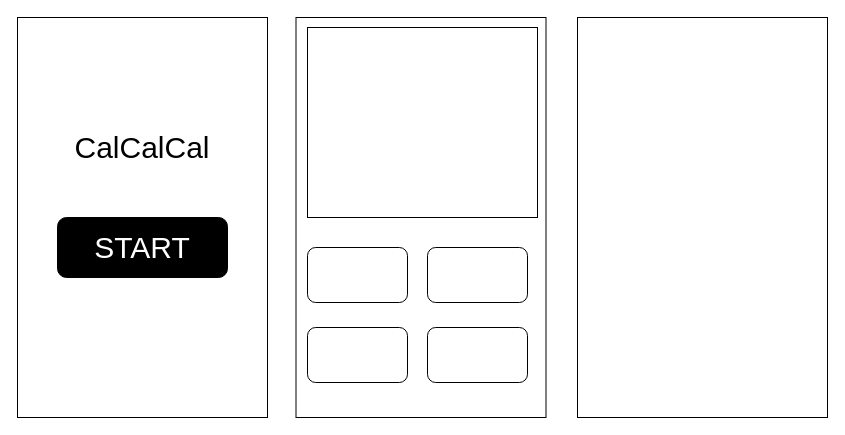
The draw.io diagram cal.drawio in kshomazirou/calcalcal, before the edit. Source tidied: cells renumbered, new cells numbered last; positions are measured from the earlier drawing's top-left corner, leaving out a move shared by most shapes. Both pictures are drawn from the tidied source at 100%, with x=0, y=0 at pixel (17, 17).
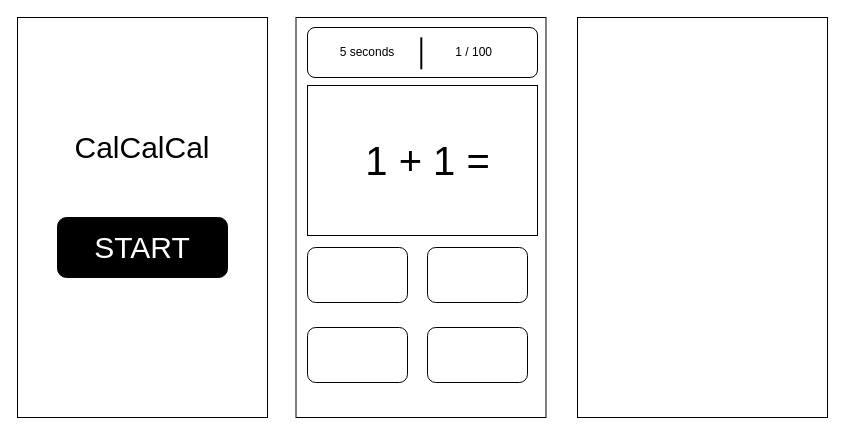
The same page after the edit.

Commit message (it also covers changes not shown here):
cal.drawio を更新します

Change to the diagram source:
```diff
@@
 <mxGraphModel>
   <root>
     <mxCell id="0" />
     <mxCell id="1" parent="0" />
     <mxCell id="2" style="rounded=0;whiteSpace=wrap;html=1;" parent="1" vertex="1">
       <mxGeometry width="250" height="400" as="geometry" />
     </mxCell>
     <mxCell id="3" style="rounded=0;whiteSpace=wrap;html=1;" parent="1" vertex="1">
       <mxGeometry x="278.5" width="250" height="400" as="geometry" />
     </mxCell>
     <mxCell id="4" style="rounded=0;whiteSpace=wrap;html=1;" parent="1" vertex="1">
       <mxGeometry x="560" width="250" height="400" as="geometry" />
     </mxCell>
     <mxCell id="5" value="&lt;span style=&quot;font-size: 30px;&quot;&gt;CalCalCal&lt;/span&gt;" style="text;html=1;strokeColor=none;fillColor=none;align=center;verticalAlign=middle;whiteSpace=wrap;rounded=0;" parent="1" vertex="1">
       <mxGeometry x="45" y="110" width="160" height="40" as="geometry" />
     </mxCell>
     <mxCell id="6" style="rounded=1;whiteSpace=wrap;html=1;fillColor=#000000;" parent="1" vertex="1">
       <mxGeometry x="40" y="200" width="170" height="60" as="geometry" />
     </mxCell>
     <mxCell id="7" value="&lt;font color=&quot;#ffffff&quot; style=&quot;font-size: 30px;&quot;&gt;START&lt;/font&gt;" style="text;html=1;strokeColor=none;fillColor=none;align=center;verticalAlign=middle;whiteSpace=wrap;rounded=0;" parent="1" vertex="1">
       <mxGeometry x="40" y="215" width="170" height="30" as="geometry" />
     </mxCell>
     <mxCell id="8" style="rounded=1;whiteSpace=wrap;html=1;" parent="1" vertex="1">
       <mxGeometry x="290" y="230" width="100" height="55" as="geometry" />
     </mxCell>
     <mxCell id="9" style="rounded=1;whiteSpace=wrap;html=1;" parent="1" vertex="1">
       <mxGeometry x="410" y="230" width="100" height="55" as="geometry" />
     </mxCell>
     <mxCell id="10" style="rounded=1;whiteSpace=wrap;html=1;" parent="1" vertex="1">
       <mxGeometry x="290" y="310" width="100" height="55" as="geometry" />
     </mxCell>
     <mxCell id="11" style="rounded=1;whiteSpace=wrap;html=1;" parent="1" vertex="1">
       <mxGeometry x="410" y="310" width="100" height="55" as="geometry" />
     </mxCell>
-    <mxCell id="12" style="rounded=0;whiteSpace=wrap;html=1;" parent="1" vertex="1">
-      <mxGeometry x="290" y="10" width="230" height="190" as="geometry" />
+    <mxCell id="12" value="&lt;font style=&quot;font-size: 40px;&quot;&gt;&amp;nbsp;1 + 1 =&lt;/font&gt;" style="rounded=0;whiteSpace=wrap;html=1;" parent="1" vertex="1">
+      <mxGeometry x="290" y="68" width="230" height="150" as="geometry" />
     </mxCell>
+    <mxCell id="13" style="rounded=1;whiteSpace=wrap;html=1;" parent="1" vertex="1">
+      <mxGeometry x="290" y="10" width="230" height="50" as="geometry" />
+    </mxCell>
+    <mxCell id="14" value="1 / 100 &amp;nbsp;" style="text;html=1;strokeColor=none;fillColor=none;align=center;verticalAlign=middle;whiteSpace=wrap;rounded=0;" parent="1" vertex="1">
+      <mxGeometry x="400" y="20" width="120" height="30" as="geometry" />
+    </mxCell>
+    <mxCell id="15" value="5 seconds" style="text;html=1;strokeColor=none;fillColor=none;align=center;verticalAlign=middle;whiteSpace=wrap;rounded=0;" parent="1" vertex="1">
+      <mxGeometry x="290" y="20" width="120" height="30" as="geometry" />
+    </mxCell>
+    <mxCell id="16" style="line;strokeWidth=2;html=1;rotation=-90;" parent="1" vertex="1">
+      <mxGeometry x="387.8" y="30.8" width="32" height="10" as="geometry" />
+    </mxCell>
   </root>
 </mxGraphModel>
```
